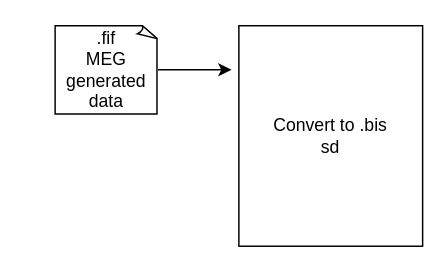
Before: docs/source/graphic/overview_diagram.drawio in hzaatiti-NYU/meg-pipeline, a draw.io diagram. Source tidied: cells renumbered, new cells numbered last; positions are measured from the earlier drawing's top-left corner, leaving out a move shared by most shapes. Both pictures are drawn from the tidied source at 147%, with x=0, y=0 at pixel (54, 25).
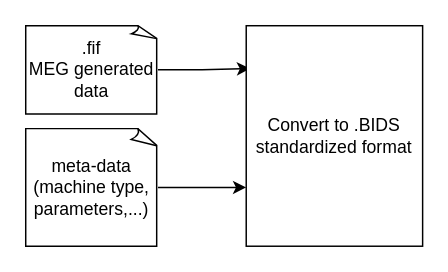
The same page after the edit.

Diff of the diagram source:
```diff
@@
 <mxGraphModel>
   <root>
     <mxCell id="0" />
     <mxCell id="1" parent="0" />
-    <mxCell id="2" style="edgeStyle=orthogonalEdgeStyle;rounded=0;jettySize=auto;html=1;" parent="1" edge="1" source="3">
-      <mxGeometry relative="1" as="geometry">
-        <mxPoint x="120" y="30" as="targetPoint" />
-      </mxGeometry>
+    <mxCell id="2" style="edgeStyle=orthogonalEdgeStyle;rounded=0;jettySize=auto;html=1;entryX=0.022;entryY=0.194;entryDx=0;entryDy=0;entryPerimeter=0;" parent="1" edge="1" source="3" target="4">
+      <mxGeometry relative="1" as="geometry" />
     </mxCell>
     <mxCell id="3" value=".fif&lt;br&gt;MEG generated data" style="whiteSpace=wrap;html=1;shape=mxgraph.basic.document;" parent="1" vertex="1">
-      <mxGeometry width="70" height="60" as="geometry" />
+      <mxGeometry x="-20" width="90" height="60" as="geometry" />
     </mxCell>
-    <mxCell id="4" value="Convert to .bis&lt;br&gt;sd" style="whiteSpace=wrap;html=1;" parent="1" vertex="1">
-      <mxGeometry x="125" width="125" height="150" as="geometry" />
+    <mxCell id="4" value="Convert to .BIDS standardized format" style="whiteSpace=wrap;html=1;" parent="1" vertex="1">
+      <mxGeometry x="130" width="120" height="150" as="geometry" />
     </mxCell>
+    <mxCell id="5" style="edgeStyle=orthogonalEdgeStyle;rounded=0;jettySize=auto;html=1;" parent="1" edge="1" source="6" target="4">
+      <mxGeometry relative="1" as="geometry">
+        <Array as="points">
+          <mxPoint x="110" y="110" />
+          <mxPoint x="110" y="110" />
+        </Array>
+      </mxGeometry>
+    </mxCell>
+    <mxCell id="6" value="meta-data&lt;br&gt;(machine type, parameters,...)" style="whiteSpace=wrap;html=1;shape=mxgraph.basic.document;" parent="1" vertex="1">
+      <mxGeometry x="-20" y="70" width="90" height="80" as="geometry" />
+    </mxCell>
   </root>
 </mxGraphModel>
```
